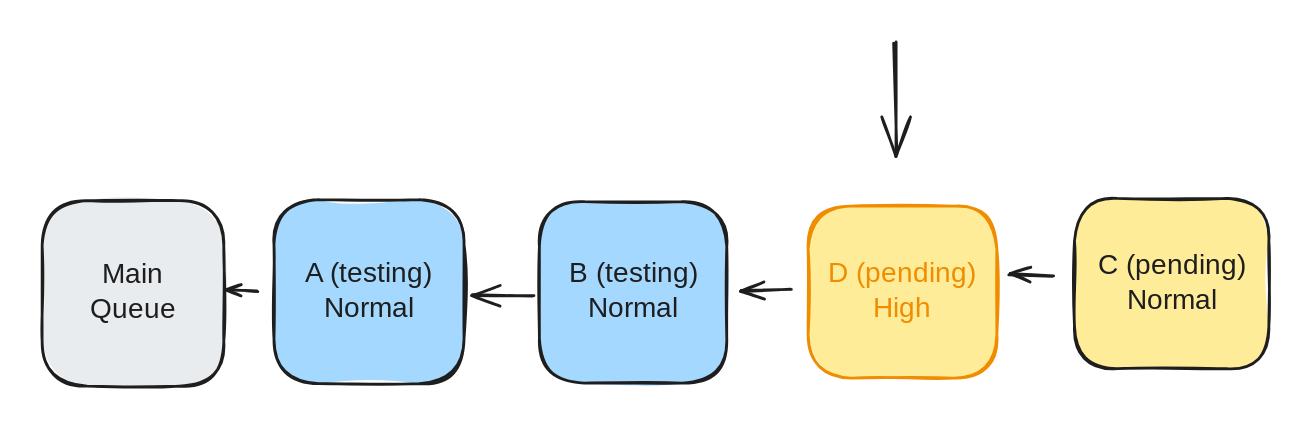
Before: .gitbook/assets/file.excalidraw (1).svg, a diagram exported from Excalidraw (trunk-io/docs). Source tidied: one line per element, renumbered; positions are measured from the earlier drawing's top-left corner, leaving out a move shared by most shapes.
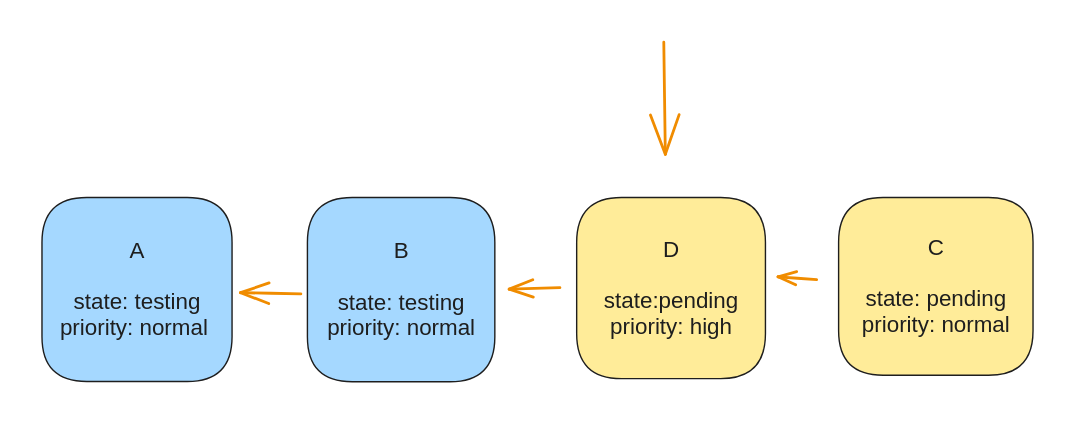
The same diagram one commit later.

The edit, as a diff of the source:
```diff
@@ -1,15 +1,12 @@
-{"id": 0, "type": "rectangle", "strokeColor": "#1e1e1e", "backgroundColor": "#e9ecef", "fillStyle": "solid", "strokeWidth": 2, "roughness": 1, "round": true, "x": 0, "y": 113, "width": 130, "height": 132}
-{"id": 1, "type": "text", "text": "Main\nQueue", "strokeColor": "#1e1e1e", "strokeWidth": 2, "roughness": 1, "fontSize": 20, "fontFamily": 1, "textAlign": "center", "verticalAlign": "middle", "inside": 0, "x": 36, "y": 154, "width": 59, "height": 50}
-{"id": 2, "type": "rectangle", "strokeColor": "#1e1e1e", "backgroundColor": "#a5d8ff", "fillStyle": "solid", "strokeWidth": 2, "roughness": 1, "round": true, "x": 166, "y": 113, "width": 136, "height": 132}
+{"id": 2, "type": "rectangle", "strokeColor": "#1e1e1e", "backgroundColor": "#a5d8ff", "fillStyle": "solid", "strokeWidth": 1, "roughness": 0, "round": true, "x": 165, "y": 111, "width": 136, "height": 132}
-{"id": 3, "type": "text", "text": "A (testing)\nNormal", "strokeColor": "#1e1e1e", "strokeWidth": 2, "roughness": 1, "fontSize": 20, "fontFamily": 1, "textAlign": "center", "verticalAlign": "middle", "inside": 2, "x": 180, "y": 153, "width": 106, "height": 50}
+{"id": 3, "type": "text", "text": "A\n\nstate: testing\npriority: normal ", "strokeColor": "#1e1e1e", "strokeWidth": 2, "roughness": 1, "fontSize": 16, "fontFamily": 2, "textAlign": "center", "verticalAlign": "middle", "inside": 2, "x": 178, "y": 140, "width": 110, "height": 74}
-{"id": 4, "type": "arrow", "strokeColor": "#1e1e1e", "strokeWidth": 2, "roughness": 1, "endArrowhead": "arrow", "round": true, "from": 2, "to": 0, "x": 154, "y": 178, "width": 23, "height": 1, "points": [[0, 0], [-23, -1]]}
-{"id": 5, "type": "rectangle", "strokeColor": "#1e1e1e", "backgroundColor": "#a5d8ff", "fillStyle": "solid", "strokeWidth": 2, "roughness": 1, "round": true, "x": 355, "y": 114, "width": 134, "height": 130}
+{"id": 5, "type": "rectangle", "strokeColor": "#1e1e1e", "backgroundColor": "#a5d8ff", "fillStyle": "solid", "strokeWidth": 1, "roughness": 0, "round": true, "x": 355, "y": 111, "width": 134, "height": 132}
-{"id": 6, "type": "text", "text": "B (testing)\nNormal", "strokeColor": "#1e1e1e", "strokeWidth": 2, "roughness": 1, "fontSize": 20, "fontFamily": 1, "textAlign": "center", "verticalAlign": "middle", "inside": 5, "x": 368, "y": 154, "width": 108, "height": 50}
+{"id": 6, "type": "text", "text": "B\n\nstate: testing\npriority: normal", "strokeColor": "#1e1e1e", "strokeWidth": 2, "roughness": 1, "fontSize": 16, "fontFamily": 2, "textAlign": "center", "verticalAlign": "middle", "inside": 5, "x": 369, "y": 140, "width": 106, "height": 74}
-{"id": 7, "type": "arrow", "strokeColor": "#1e1e1e", "strokeWidth": 2, "roughness": 1, "endArrowhead": "arrow", "round": true, "from": 5, "to": 2, "x": 351, "y": 181, "width": 43, "height": 1, "points": [[0, 0], [-43, -1]]}
+{"id": 7, "type": "arrow", "strokeColor": "#f08c00", "strokeWidth": 2, "roughness": 0, "endArrowhead": "arrow", "round": true, "from": 5, "to": 2, "x": 350, "y": 180, "width": 43, "height": 1, "points": [[0, 0], [-43, -1]]}
-{"id": 8, "type": "rectangle", "strokeColor": "#1e1e1e", "backgroundColor": "#ffec99", "fillStyle": "solid", "strokeWidth": 2, "roughness": 1, "round": true, "x": 738, "y": 112, "width": 139, "height": 122}
+{"id": 8, "type": "rectangle", "strokeColor": "#1e1e1e", "backgroundColor": "#ffec99", "fillStyle": "solid", "strokeWidth": 1, "roughness": 0, "round": true, "x": 734, "y": 111, "width": 139, "height": 127}
-{"id": 9, "type": "text", "text": "C (pending)\nNormal", "strokeColor": "#1e1e1e", "strokeWidth": 2, "roughness": 1, "fontSize": 20, "fontFamily": 1, "textAlign": "center", "verticalAlign": "middle", "inside": 8, "x": 756, "y": 147, "width": 103, "height": 50}
+{"id": 9, "type": "text", "text": "C\n\nstate: pending\npriority: normal", "strokeColor": "#1e1e1e", "strokeWidth": 2, "roughness": 1, "fontSize": 16, "fontFamily": 2, "textAlign": "center", "verticalAlign": "middle", "inside": 8, "x": 751, "y": 138, "width": 106, "height": 74}
-{"id": 10, "type": "arrow", "strokeColor": "#1e1e1e", "strokeWidth": 2, "roughness": 1, "endArrowhead": "arrow", "round": true, "from": 11, "to": 5, "x": 535, "y": 176, "width": 36, "height": 1, "points": [[0, 0], [-36, 1]]}
+{"id": 10, "type": "arrow", "strokeColor": "#f08c00", "strokeWidth": 2, "roughness": 0, "endArrowhead": "arrow", "round": true, "from": 11, "to": 5, "x": 535, "y": 175, "width": 36, "height": 1, "points": [[0, 0], [-36, 1]]}
-{"id": 11, "type": "rectangle", "strokeColor": "#f08c00", "backgroundColor": "#ffec99", "fillStyle": "solid", "strokeWidth": 2, "roughness": 1, "round": true, "x": 547, "y": 117, "width": 135, "height": 123}
+{"id": 11, "type": "rectangle", "strokeColor": "#1e1e1e", "backgroundColor": "#ffec99", "fillStyle": "solid", "strokeWidth": 1, "roughness": 0, "round": true, "x": 547, "y": 111, "width": 135, "height": 129}
-{"id": 12, "type": "text", "text": "D (pending)\nHigh", "strokeColor": "#f08c00", "strokeWidth": 2, "roughness": 1, "fontSize": 20, "fontFamily": 1, "textAlign": "center", "verticalAlign": "middle", "inside": 11, "x": 562, "y": 154, "width": 106, "height": 50}
+{"id": 12, "type": "text", "text": "D\n\nstate:pending\npriority: high", "strokeColor": "#1e1e1e", "strokeWidth": 2, "roughness": 1, "fontSize": 16, "fontFamily": 2, "textAlign": "center", "verticalAlign": "middle", "inside": 11, "x": 566, "y": 139, "width": 96, "height": 74}
-{"id": 13, "type": "arrow", "strokeColor": "#1e1e1e", "strokeWidth": 2, "roughness": 1, "endArrowhead": "arrow", "round": true, "from": 8, "to": 11, "x": 722, "y": 167, "width": 31, "height": 1, "points": [[0, 0], [-31, -1]]}
+{"id": 13, "type": "arrow", "strokeColor": "#f08c00", "strokeWidth": 2, "roughness": 0, "endArrowhead": "arrow", "round": true, "from": 8, "to": 11, "x": 719, "y": 170, "width": 28, "height": 2, "points": [[0, 0], [-28, -2]]}
-{"id": 14, "type": "arrow", "strokeColor": "#1e1e1e", "strokeWidth": 2, "roughness": 1, "endArrowhead": "arrow", "round": true, "x": 609, "y": 0, "width": 1, "height": 80, "points": [[0, 0], [1, 80]]}
+{"id": 14, "type": "arrow", "strokeColor": "#f08c00", "strokeWidth": 2, "roughness": 0, "endArrowhead": "arrow", "round": true, "x": 609, "y": 0, "width": 1, "height": 80, "points": [[0, 0], [1, 80]]}
```
